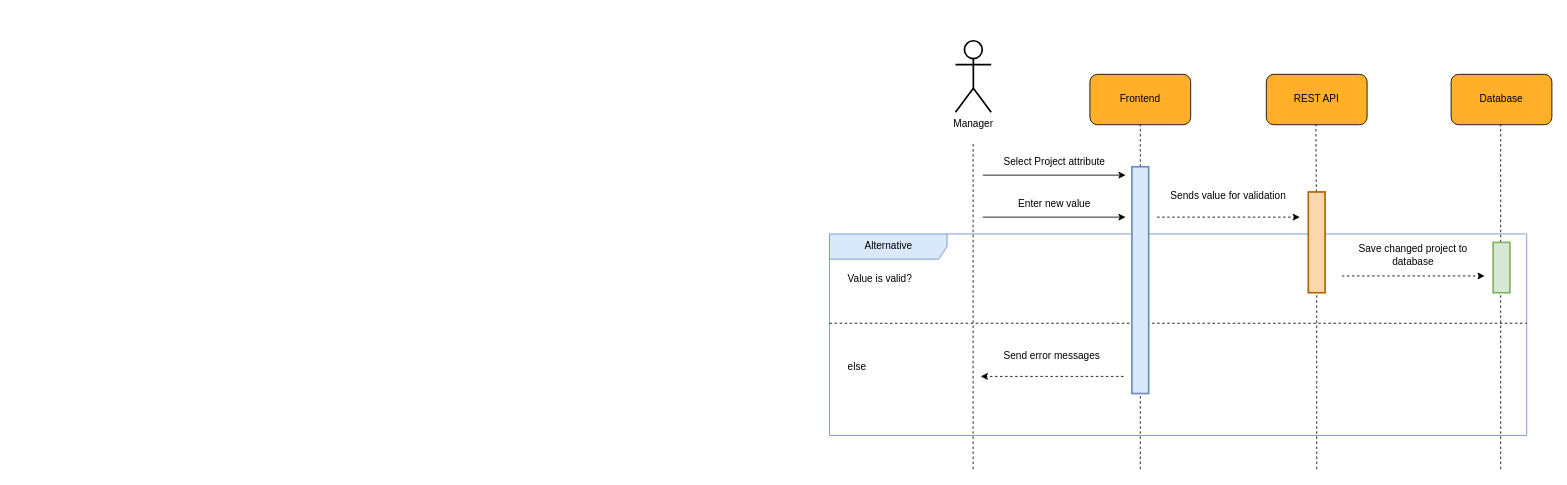
Before: diagrams/collaboration/cd-11.drawio in usman1100/fyp-documentation, a draw.io diagram. Source tidied: cells renumbered, new cells numbered last; positions are measured from the earlier drawing's top-left corner, leaving out a move shared by most shapes. Both pictures are drawn from the tidied source at 84%, with x=0, y=0 at pixel (829, 40).
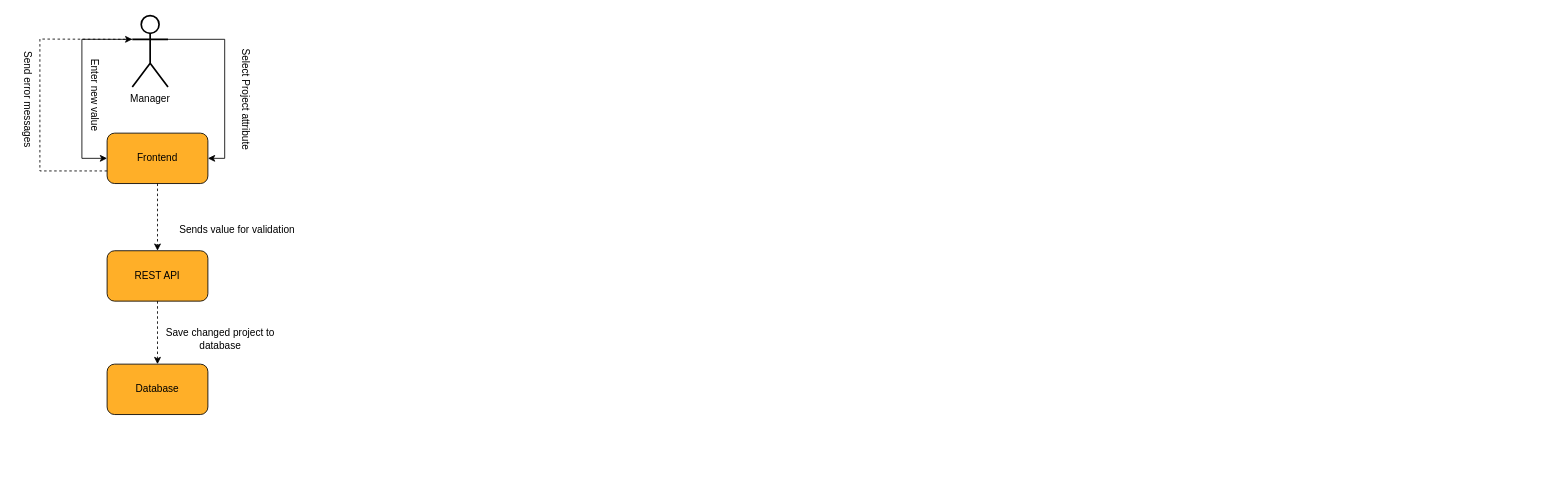
After the change.

The change refers to these unchanged cells:
```xml
<mxCell id="10" style="rounded=1;whiteSpace=wrap;html=1;fillColor=#FFAF28;fontSize=12;" parent="9" vertex="1">
  <mxGeometry width="120" height="60" as="geometry" />
</mxCell>
<mxCell id="13" style="rounded=1;whiteSpace=wrap;html=1;fillColor=#FFAF28;fontSize=12;" parent="12" vertex="1">
  <mxGeometry width="120" height="60" as="geometry" />
</mxCell>
<mxCell id="23" style="rounded=1;whiteSpace=wrap;html=1;fillColor=#FFAF28;fontSize=12;" parent="22" vertex="1">
  <mxGeometry width="120" height="60" as="geometry" />
</mxCell>
```

Change to the diagram source:
```diff
@@
-    <mxCell id="2" value="Alternative" style="shape=umlFrame;tabWidth=110;tabHeight=30;tabPosition=left;html=1;boundedLbl=1;labelInHeader=1;width=140;height=30;fillColor=#dae8fc;fontSize=12;strokeWidth=1;strokeColor=#6c8ebf;" parent="1" vertex="1">
-      <mxGeometry y="230" width="830" height="240" as="geometry" />
-    </mxCell>
-    <mxCell id="3" value="Value is valid?" style="text;fillColor=none;fontSize=12;" parent="2" vertex="1">
-      <mxGeometry width="100" height="20" relative="1" as="geometry">
-        <mxPoint x="20" y="40" as="offset" />
-      </mxGeometry>
-    </mxCell>
-    <mxCell id="4" value="else" style="line;strokeWidth=1;dashed=1;labelPosition=center;verticalLabelPosition=bottom;align=left;verticalAlign=top;spacingLeft=20;spacingTop=15;fillColor=none;fontSize=12;" parent="2" vertex="1">
-      <mxGeometry y="83.1" width="830" height="46.5" as="geometry" />
-    </mxCell>
-    <mxCell id="5" style="endArrow=classic;html=1;rounded=0;strokeWidth=1;jumpSize=6;fontSize=12;dashed=1;" parent="2" edge="1">
-      <mxGeometry relative="1" as="geometry">
-        <mxPoint x="610" y="50" as="sourcePoint" />
-        <mxPoint x="780" y="50" as="targetPoint" />
-      </mxGeometry>
-    </mxCell>
-    <mxCell id="6" value="&lt;span style=&quot;background-color: rgb(255 , 255 , 255)&quot;&gt;Save changed project to database&lt;/span&gt;" style="text;html=1;strokeColor=none;fillColor=none;align=center;verticalAlign=middle;whiteSpace=wrap;rounded=0;fontSize=12;" parent="2" vertex="1">
-      <mxGeometry x="620" y="10" width="150" height="30" as="geometry" />
-    </mxCell>
-    <mxCell id="7" style="endArrow=classic;html=1;rounded=0;strokeWidth=1;jumpSize=6;fontSize=12;dashed=1;" parent="2" edge="1">
-      <mxGeometry relative="1" as="geometry">
-        <mxPoint x="350" y="169.6" as="sourcePoint" />
-        <mxPoint x="180" y="169.6" as="targetPoint" />
-      </mxGeometry>
-    </mxCell>
-    <mxCell id="8" value="&lt;span style=&quot;background-color: rgb(255 , 255 , 255)&quot;&gt;Send error messages&lt;/span&gt;" style="text;html=1;strokeColor=none;fillColor=none;align=center;verticalAlign=middle;whiteSpace=wrap;rounded=0;fontSize=12;" parent="2" vertex="1">
-      <mxGeometry x="190" y="129.6" width="150" height="30" as="geometry" />
-    </mxCell>
     <mxCell id="9" style="group;fontSize=12;" parent="1" vertex="1">
-      <mxGeometry x="310" y="40" width="120" height="60" as="geometry" />
+      <mxGeometry x="-860" y="110" width="120" height="60" as="geometry" />
     </mxCell>
@@
     <mxCell id="12" style="group;fontSize=12;" parent="1" vertex="1">
-      <mxGeometry x="520" y="40" width="120" height="60" as="geometry" />
+      <mxGeometry x="-860" y="250" width="120" height="60" as="geometry" />
     </mxCell>
@@
-    <mxCell id="15" style="endArrow=none;dashed=1;html=1;rounded=0;entryX=0.5;entryY=1;entryDx=0;entryDy=0;jumpSize=6;strokeWidth=1;fontSize=12;" parent="1" edge="1" target="10">
-      <mxGeometry relative="1" as="geometry">
-        <mxPoint x="370" y="510" as="sourcePoint" />
-      </mxGeometry>
-    </mxCell>
-    <mxCell id="16" style="endArrow=none;dashed=1;html=1;rounded=0;jumpSize=6;strokeWidth=1;startArrow=none;fontSize=12;" parent="1" edge="1" source="20">
-      <mxGeometry relative="1" as="geometry">
-        <mxPoint x="579" y="100" as="targetPoint" />
-      </mxGeometry>
-    </mxCell>
+    <mxCell id="33" style="edgeStyle=orthogonalEdgeStyle;rounded=0;jettySize=auto;html=1;exitX=1;exitY=0.3333333333333333;exitDx=0;exitDy=0;exitPerimeter=0;entryX=1;entryY=0.5;entryDx=0;entryDy=0;" parent="1" edge="1" source="17" target="10">
+      <mxGeometry relative="1" as="geometry" />
+    </mxCell>
+    <mxCell id="34" style="edgeStyle=orthogonalEdgeStyle;rounded=0;jettySize=auto;html=1;exitX=0;exitY=0.3333333333333333;exitDx=0;exitDy=0;exitPerimeter=0;entryX=0;entryY=0.5;entryDx=0;entryDy=0;" parent="1" edge="1" source="17" target="10">
+      <mxGeometry relative="1" as="geometry">
+        <Array as="points">
+          <mxPoint x="-890" y="-2" />
+          <mxPoint x="-890" y="140" />
+        </Array>
+      </mxGeometry>
+    </mxCell>
     <mxCell id="17" value="Manager" style="shape=umlActor;verticalLabelPosition=bottom;verticalAlign=top;html=1;outlineConnect=0;rounded=1;strokeWidth=2;fontSize=12;" parent="1" vertex="1">
-      <mxGeometry x="150" width="42.5" height="85" as="geometry" />
+      <mxGeometry x="-830" y="-30" width="42.5" height="85" as="geometry" />
     </mxCell>
-    <mxCell id="18" style="endArrow=none;dashed=1;html=1;rounded=0;jumpSize=6;strokeWidth=1;fontSize=12;" parent="1" edge="1">
-      <mxGeometry relative="1" as="geometry">
-        <mxPoint x="171" y="510" as="sourcePoint" />
-        <mxPoint x="171" y="120" as="targetPoint" />
-      </mxGeometry>
-    </mxCell>
-    <mxCell id="19" style="rounded=0;whiteSpace=wrap;html=1;fontSize=12;strokeWidth=2;fillColor=#dae8fc;strokeColor=#6c8ebf;" parent="1" vertex="1">
-      <mxGeometry x="360" y="150" width="20" height="270" as="geometry" />
-    </mxCell>
-    <mxCell id="20" style="rounded=0;whiteSpace=wrap;html=1;fontSize=12;strokeWidth=2;fillColor=#fad7ac;strokeColor=#b46504;" parent="1" vertex="1">
-      <mxGeometry x="570" y="180" width="20" height="120" as="geometry" />
-    </mxCell>
-    <mxCell id="21" style="endArrow=none;dashed=1;html=1;rounded=0;entryX=0.5;entryY=1;entryDx=0;entryDy=0;jumpSize=6;strokeWidth=1;fontSize=12;" parent="1" edge="1" target="20">
-      <mxGeometry relative="1" as="geometry">
-        <mxPoint x="580" y="510" as="sourcePoint" />
-      </mxGeometry>
-    </mxCell>
     <mxCell id="22" style="group;fontSize=12;" parent="1" vertex="1">
-      <mxGeometry x="740" y="40" width="120" height="60" as="geometry" />
+      <mxGeometry x="-860" y="385" width="120" height="60" as="geometry" />
     </mxCell>
@@
-    <mxCell id="25" style="endArrow=none;dashed=1;html=1;rounded=0;jumpSize=6;strokeWidth=1;fontSize=12;startArrow=none;" parent="1" edge="1">
-      <mxGeometry relative="1" as="geometry">
-        <mxPoint x="799" y="510" as="sourcePoint" />
-        <mxPoint x="799" y="100" as="targetPoint" />
-      </mxGeometry>
-    </mxCell>
-    <mxCell id="26" style="endArrow=classic;html=1;rounded=0;strokeWidth=1;jumpSize=6;fontSize=12;" parent="1" edge="1">
-      <mxGeometry relative="1" as="geometry">
-        <mxPoint x="182.5" y="160" as="sourcePoint" />
-        <mxPoint x="352.5" y="160" as="targetPoint" />
-      </mxGeometry>
-    </mxCell>
-    <mxCell id="27" value="&lt;span style=&quot;background-color: rgb(255 , 255 , 255)&quot;&gt;Select Project attribute&lt;/span&gt;" style="text;html=1;strokeColor=none;fillColor=none;align=center;verticalAlign=middle;whiteSpace=wrap;rounded=0;fontSize=12;" parent="1" vertex="1">
-      <mxGeometry x="192.5" y="130" width="150" height="30" as="geometry" />
+    <mxCell id="27" value="&lt;span style=&quot;background-color: rgb(255 , 255 , 255)&quot;&gt;Select Project attribute&lt;/span&gt;" style="text;html=1;strokeColor=none;fillColor=none;align=center;verticalAlign=middle;whiteSpace=wrap;rounded=0;fontSize=12;rotation=90;" parent="1" vertex="1">
+      <mxGeometry x="-770" y="55" width="150" height="30" as="geometry" />
     </mxCell>
-    <mxCell id="28" style="endArrow=classic;html=1;rounded=0;strokeWidth=1;jumpSize=6;fontSize=12;dashed=1;" parent="1" edge="1">
-      <mxGeometry relative="1" as="geometry">
-        <mxPoint x="390" y="210" as="sourcePoint" />
-        <mxPoint x="560" y="210" as="targetPoint" />
-      </mxGeometry>
+    <mxCell id="28" style="endArrow=classic;html=1;rounded=0;strokeWidth=1;jumpSize=6;fontSize=12;dashed=1;exitX=0.5;exitY=1;exitDx=0;exitDy=0;entryX=0.5;entryY=0;entryDx=0;entryDy=0;" parent="1" edge="1" source="13" target="23">
+      <mxGeometry relative="1" as="geometry" />
     </mxCell>
     <mxCell id="29" value="&lt;span style=&quot;background-color: rgb(255 , 255 , 255)&quot;&gt;Sends value for validation&lt;/span&gt;" style="text;html=1;strokeColor=none;fillColor=none;align=center;verticalAlign=middle;whiteSpace=wrap;rounded=0;fontSize=12;" parent="1" vertex="1">
-      <mxGeometry x="400" y="170" width="150" height="30" as="geometry" />
+      <mxGeometry x="-780" y="210" width="150" height="30" as="geometry" />
     </mxCell>
-    <mxCell id="30" style="rounded=0;whiteSpace=wrap;html=1;fontSize=12;strokeWidth=2;fillColor=#d5e8d4;strokeColor=#82b366;" parent="1" vertex="1">
-      <mxGeometry x="790" y="240" width="20" height="60" as="geometry" />
-    </mxCell>
-    <mxCell id="31" style="endArrow=classic;html=1;rounded=0;strokeWidth=1;jumpSize=6;fontSize=12;" parent="1" edge="1">
-      <mxGeometry relative="1" as="geometry">
-        <mxPoint x="182.5" y="210" as="sourcePoint" />
-        <mxPoint x="352.5" y="210" as="targetPoint" />
-      </mxGeometry>
-    </mxCell>
-    <mxCell id="32" value="&lt;span style=&quot;background-color: rgb(255 , 255 , 255)&quot;&gt;Enter new value&lt;/span&gt;" style="text;html=1;strokeColor=none;fillColor=none;align=center;verticalAlign=middle;whiteSpace=wrap;rounded=0;fontSize=12;" parent="1" vertex="1">
-      <mxGeometry x="192.5" y="180" width="150" height="30" as="geometry" />
+    <mxCell id="32" value="&lt;span style=&quot;background-color: rgb(255 , 255 , 255)&quot;&gt;Enter new value&lt;/span&gt;" style="text;html=1;strokeColor=none;fillColor=none;align=center;verticalAlign=middle;whiteSpace=wrap;rounded=0;fontSize=12;rotation=90;" parent="1" vertex="1">
+      <mxGeometry x="-950" y="50" width="150" height="30" as="geometry" />
     </mxCell>
+    <mxCell id="35" style="endArrow=classic;html=1;rounded=0;strokeWidth=1;jumpSize=6;fontSize=12;dashed=1;exitX=0.5;exitY=1;exitDx=0;exitDy=0;entryX=0.5;entryY=0;entryDx=0;entryDy=0;" parent="1" edge="1" source="10" target="13">
+      <mxGeometry relative="1" as="geometry" />
+    </mxCell>
+    <mxCell id="36" style="endArrow=classic;html=1;rounded=0;strokeWidth=1;jumpSize=6;fontSize=12;dashed=1;exitX=0;exitY=0.75;exitDx=0;exitDy=0;entryX=0;entryY=0.3333333333333333;entryDx=0;entryDy=0;entryPerimeter=0;" parent="1" edge="1" source="10" target="17">
+      <mxGeometry relative="1" as="geometry">
+        <Array as="points">
+          <mxPoint x="-940" y="155" />
+          <mxPoint x="-940" y="-2" />
+        </Array>
+      </mxGeometry>
+    </mxCell>
+    <mxCell id="8" value="&lt;span style=&quot;background-color: rgb(255 , 255 , 255)&quot;&gt;Send error messages&lt;/span&gt;" style="text;html=1;strokeColor=none;fillColor=none;align=center;verticalAlign=middle;whiteSpace=wrap;rounded=0;fontSize=12;rotation=90;" parent="1" vertex="1">
+      <mxGeometry x="-1030" y="55" width="150" height="30" as="geometry" />
+    </mxCell>
+    <mxCell id="6" value="&lt;span style=&quot;background-color: rgb(255 , 255 , 255)&quot;&gt;Save changed project to database&lt;/span&gt;" style="text;html=1;strokeColor=none;fillColor=none;align=center;verticalAlign=middle;whiteSpace=wrap;rounded=0;fontSize=12;" parent="1" vertex="1">
+      <mxGeometry x="-800" y="340" width="150" height="30" as="geometry" />
+    </mxCell>
```
